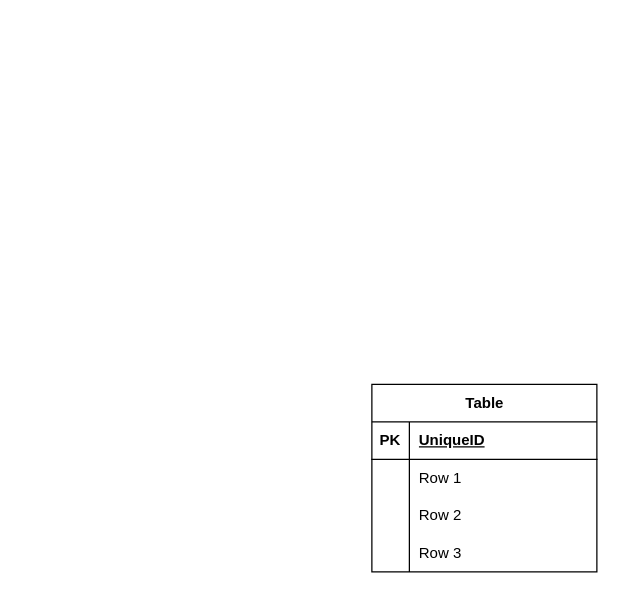
victor06-git/base_de_dades keeps this draw.io diagram as M02_RA6_act2.drawio. Above is the earlier version. Source tidied: cells renumbered, new cells numbered last; positions are measured from the earlier drawing's top-left corner, leaving out a move shared by most shapes. Both pictures are drawn from the tidied source at 125%, with x=0, y=0 at pixel (371, 384).
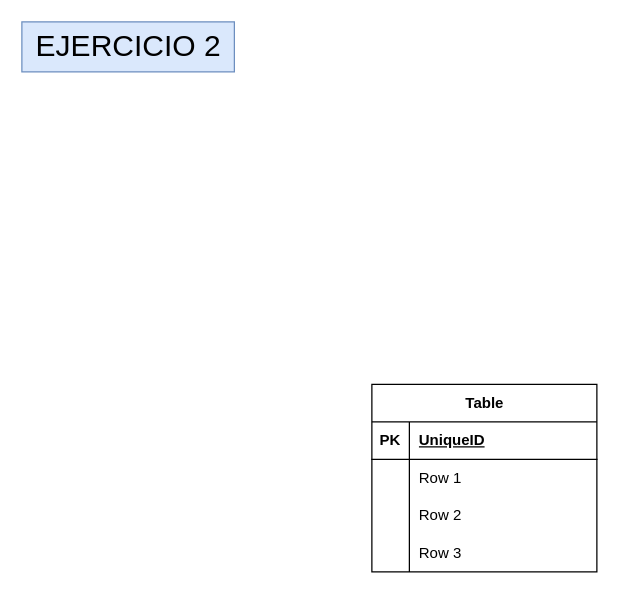
The same page after the edit.

What changed in the source:
```diff
@@
 <mxGraphModel>
   <root>
     <mxCell id="0" />
     <mxCell id="1" parent="0" />
     <mxCell id="2" value="Table" style="shape=table;startSize=30;childLayout=tableLayout;rowLines=0;fontStyle=1;align=center;html=1;" parent="1" vertex="1">
       <mxGeometry width="180" height="150" as="geometry" />
     </mxCell>
     <mxCell id="3" style="shape=tableRow;horizontal=0;startSize=0;swimlaneHead=0;swimlaneBody=0;fillColor=none;top=0;left=0;right=0;bottom=1;" parent="2" vertex="1">
       <mxGeometry y="30" width="180" height="30" as="geometry" />
     </mxCell>
     <mxCell id="4" value="PK" style="shape=partialRectangle;fillColor=none;top=0;left=0;bottom=0;right=0;fontStyle=1;overflow=hidden;whiteSpace=wrap;html=1;" parent="3" vertex="1">
       <mxGeometry width="30" height="30" as="geometry" />
     </mxCell>
     <mxCell id="5" value="UniqueID" style="shape=partialRectangle;fillColor=none;top=0;left=0;bottom=0;right=0;align=left;spacingLeft=6;fontStyle=5;overflow=hidden;whiteSpace=wrap;html=1;" parent="3" vertex="1">
       <mxGeometry x="30" width="150" height="30" as="geometry" />
     </mxCell>
     <mxCell id="6" style="shape=tableRow;horizontal=0;startSize=0;swimlaneHead=0;swimlaneBody=0;fillColor=none;top=0;left=0;right=0;bottom=0;" parent="2" vertex="1">
       <mxGeometry y="60" width="180" height="30" as="geometry" />
     </mxCell>
     <mxCell id="7" style="shape=partialRectangle;fillColor=none;top=0;left=0;bottom=0;right=0;overflow=hidden;whiteSpace=wrap;html=1;" parent="6" vertex="1">
       <mxGeometry width="30" height="30" as="geometry" />
     </mxCell>
     <mxCell id="8" value="Row 1" style="shape=partialRectangle;fillColor=none;top=0;left=0;bottom=0;right=0;align=left;spacingLeft=6;overflow=hidden;whiteSpace=wrap;html=1;" parent="6" vertex="1">
       <mxGeometry x="30" width="150" height="30" as="geometry" />
     </mxCell>
     <mxCell id="9" style="shape=tableRow;horizontal=0;startSize=0;swimlaneHead=0;swimlaneBody=0;fillColor=none;top=0;left=0;right=0;bottom=0;" parent="2" vertex="1">
       <mxGeometry y="90" width="180" height="30" as="geometry" />
     </mxCell>
     <mxCell id="10" style="shape=partialRectangle;fillColor=none;top=0;left=0;bottom=0;right=0;overflow=hidden;whiteSpace=wrap;html=1;" parent="9" vertex="1">
       <mxGeometry width="30" height="30" as="geometry" />
     </mxCell>
     <mxCell id="11" value="Row 2" style="shape=partialRectangle;fillColor=none;top=0;left=0;bottom=0;right=0;align=left;spacingLeft=6;overflow=hidden;whiteSpace=wrap;html=1;" parent="9" vertex="1">
       <mxGeometry x="30" width="150" height="30" as="geometry" />
     </mxCell>
     <mxCell id="12" style="shape=tableRow;horizontal=0;startSize=0;swimlaneHead=0;swimlaneBody=0;fillColor=none;top=0;left=0;right=0;bottom=0;" parent="2" vertex="1">
       <mxGeometry y="120" width="180" height="30" as="geometry" />
     </mxCell>
     <mxCell id="13" style="shape=partialRectangle;fillColor=none;top=0;left=0;bottom=0;right=0;overflow=hidden;whiteSpace=wrap;html=1;" parent="12" vertex="1">
       <mxGeometry width="30" height="30" as="geometry" />
     </mxCell>
     <mxCell id="14" value="Row 3" style="shape=partialRectangle;fillColor=none;top=0;left=0;bottom=0;right=0;align=left;spacingLeft=6;overflow=hidden;whiteSpace=wrap;html=1;" parent="12" vertex="1">
       <mxGeometry x="30" width="150" height="30" as="geometry" />
     </mxCell>
+    <mxCell id="15" value="EJERCICIO 2" style="text;html=1;align=center;verticalAlign=middle;strokeColor=#6c8ebf;fillColor=#dae8fc;fontSize=24;" parent="1" vertex="1">
+      <mxGeometry x="-280" y="-290" width="170" height="40" as="geometry" />
+    </mxCell>
   </root>
 </mxGraphModel>
```
